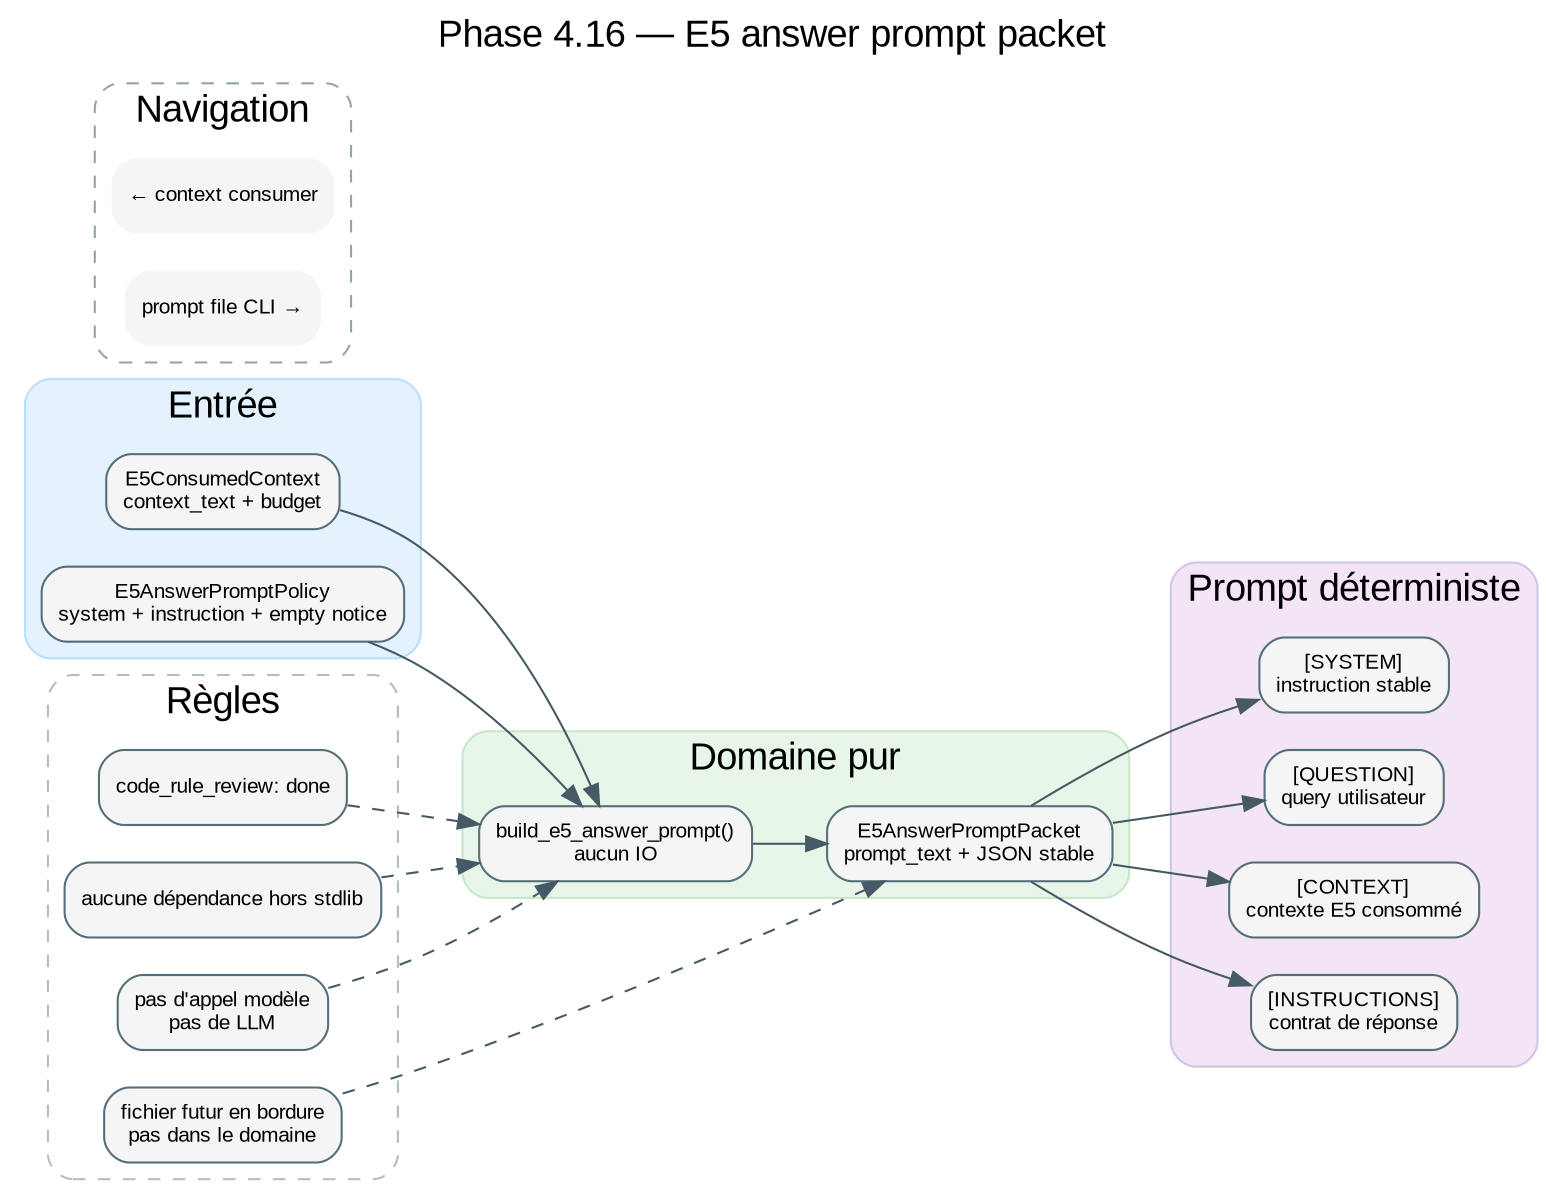
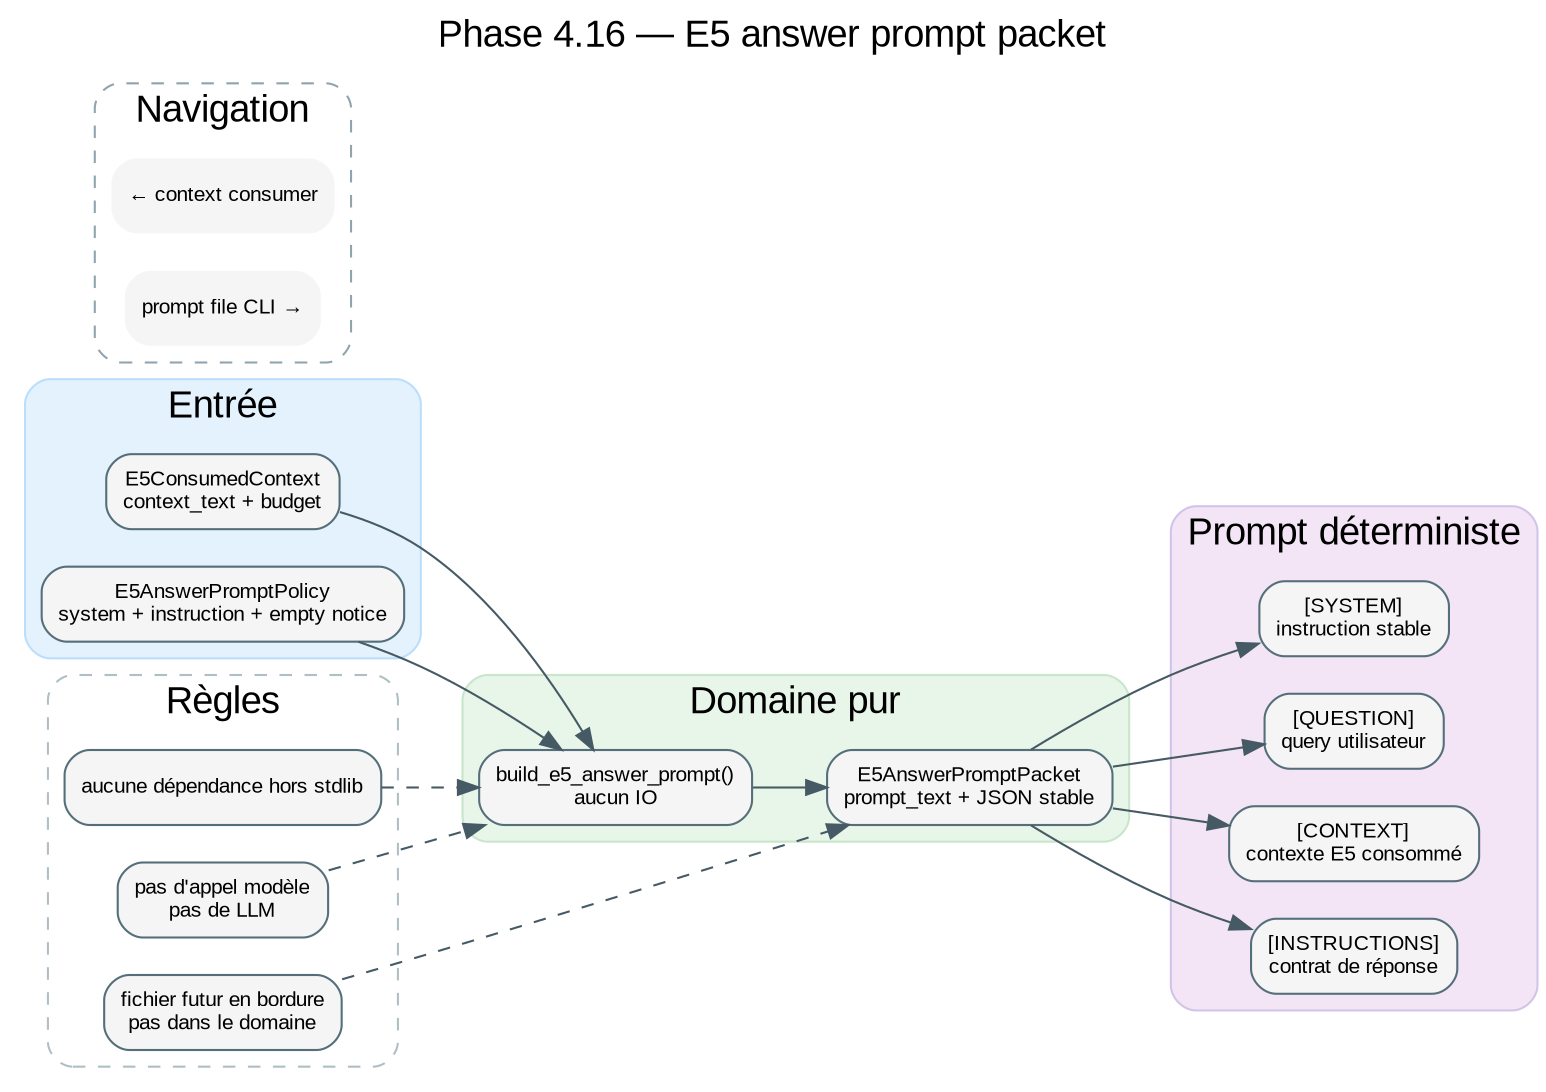
digraph E5AnswerPromptPacket {
  graph [
    label="Phase 4.16 — E5 answer prompt packet",
    labelloc=t,
    fontsize=18,
    fontname="Arial",
    rankdir=LR,
    bgcolor="#ffffff"
  ];

  node [shape=box, style="rounded,filled", fontname="Arial", fontsize=10, fillcolor="#f5f5f5", color="#546e7a"];
  edge [fontname="Arial", fontsize=9, color="#455a64"];

  // ROADMAP_PARENT: inference/69_e5_context_consumer.dot
  // ROADMAP_NEXT: inference/71_e5_prompt_file_cli.dot

  subgraph cluster_input {
    label="Entrée";
    style="rounded,filled";
    color="#bbdefb";
    fillcolor="#e3f2fd";

    Consumed [label="E5ConsumedContext\ncontext_text + budget", URL="69_e5_context_consumer.svg"];
    Policy [label="E5AnswerPromptPolicy\nsystem + instruction + empty notice"];
  }

  subgraph cluster_domain {
    label="Domaine pur";
    style="rounded,filled";
    color="#c8e6c9";
    fillcolor="#e8f5e9";

    Builder [label="build_e5_answer_prompt()\naucun IO"];
    Packet [label="E5AnswerPromptPacket\nprompt_text + JSON stable"];
  }

  subgraph cluster_prompt {
    label="Prompt déterministe";
    style="rounded,filled";
    color="#d1c4e9";
    fillcolor="#f3e5f5";

    System [label="[SYSTEM]\ninstruction stable"];
    Question [label="[QUESTION]\nquery utilisateur"];
    Context [label="[CONTEXT]\ncontexte E5 consommé"];
    Instructions [label="[INSTRUCTIONS]\ncontrat de réponse"];
  }

  subgraph cluster_rules {
    label="Règles";
    style="rounded,dashed";
    color="#b0bec5";

    NoDeps [label="aucune dépendance hors stdlib"];
    NoRuntime [label="pas d'appel modèle\npas de LLM"];
    Border [label="fichier futur en bordure\npas dans le domaine"];
-     CodeRule [label="code_rule_review: done"];
  }

  Consumed -> Builder;
  Policy -> Builder;
  Builder -> Packet;
  Packet -> System;
  Packet -> Question;
  Packet -> Context;
  Packet -> Instructions;
  NoDeps -> Builder [style=dashed];
  NoRuntime -> Builder [style=dashed];
  Border -> Packet [style=dashed];
-   CodeRule -> Builder [style=dashed];

  subgraph cluster_navigation {
    label="Navigation";
    style="rounded,dashed";
    color="#90a4ae";

    Parent [label="← context consumer", shape=plaintext, URL="69_e5_context_consumer.svg"];
    Next [label="prompt file CLI →", shape=plaintext, URL="71_e5_prompt_file_cli.svg"];
  }

  // HTML_DETAIL[phase4_16]: paquet prompt déterministe, sans LLM ni IO.
}
